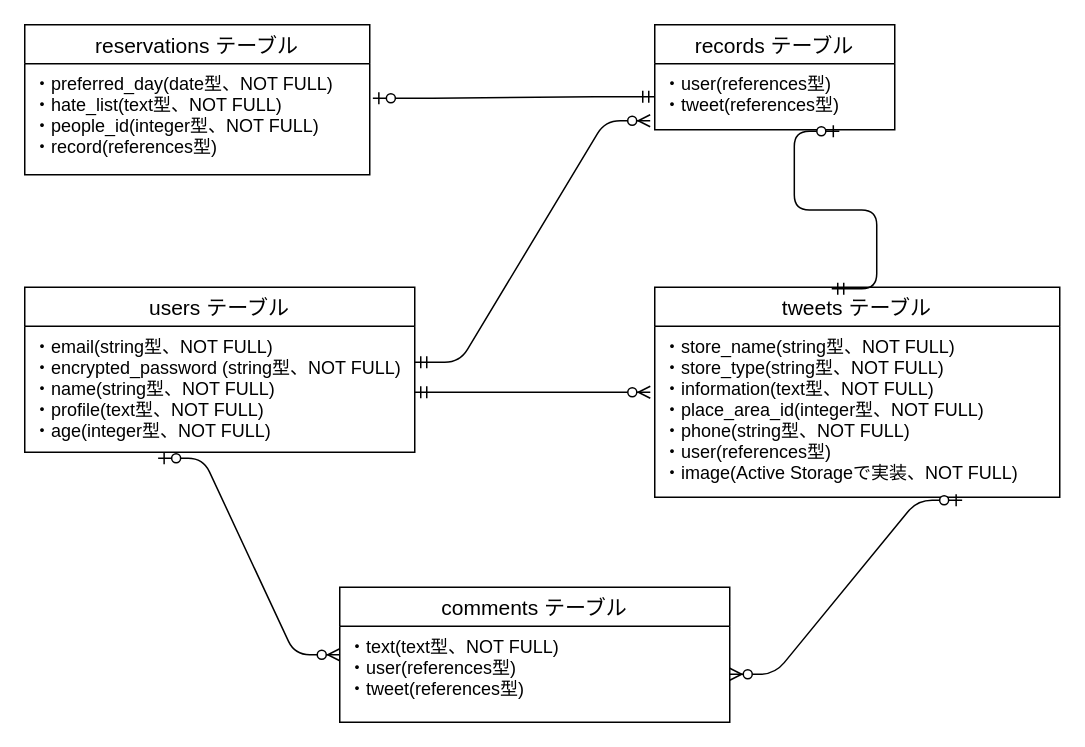
The draw.io diagram omoide.dio in Kazutosi110/omoide-35234, before the edit. Source tidied: cells renumbered, new cells numbered last; positions are measured from the earlier drawing's top-left corner, leaving out a move shared by most shapes. Both pictures are drawn from the tidied source at 150%, with x=0, y=0 at pixel (24, 24).
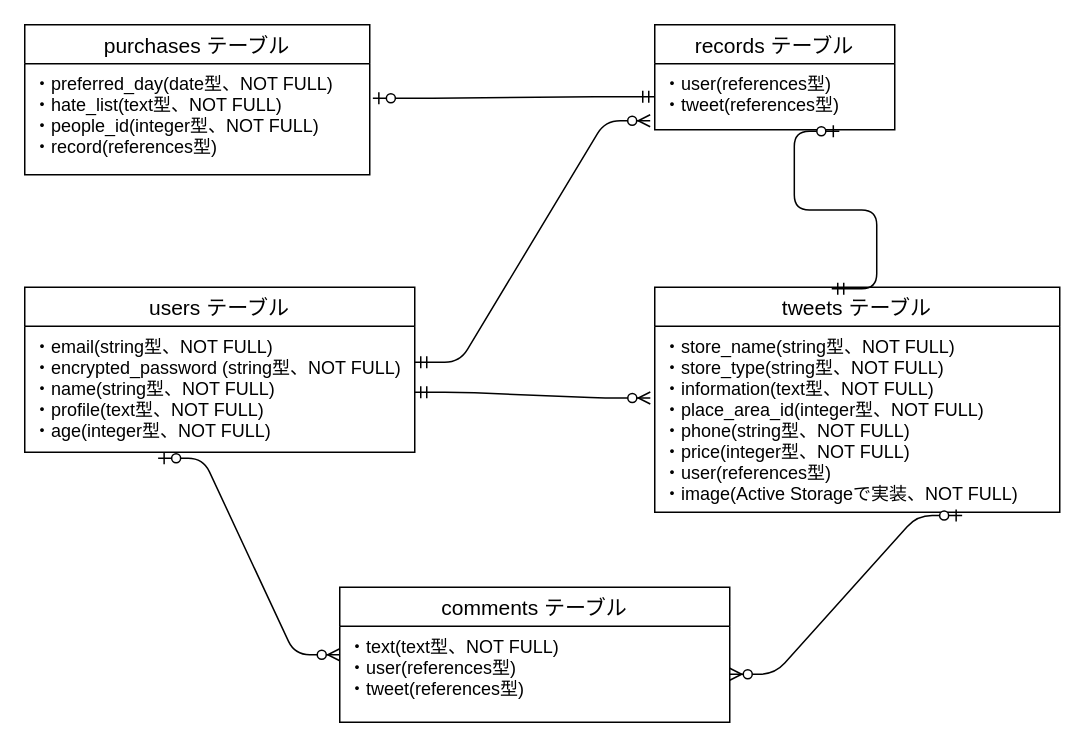
The same diagram, later.

Diff of the diagram source:
```diff
@@
 <mxGraphModel>
   <root>
     <mxCell id="0" />
     <mxCell id="1" parent="0" />
     <mxCell id="2" value="tweets テーブル" style="swimlane;fontStyle=0;horizontal=1;startSize=26;align=center;fontSize=14;" parent="1" vertex="1">
-      <mxGeometry x="420" y="175" width="270" height="140" as="geometry" />
+      <mxGeometry x="420" y="175" width="270" height="150" as="geometry" />
     </mxCell>
-    <mxCell id="3" value="・store_name(string型、NOT FULL)&#10;・store_type(string型、NOT FULL)&#10;・information(text型、NOT FULL)&#10;・place_area_id(integer型、NOT FULL)&#10;・phone(string型、NOT FULL)&#10;・user(references型)&#10;・image(Active Storageで実装、NOT FULL)" style="text;strokeColor=none;fillColor=none;spacingLeft=4;spacingRight=4;overflow=hidden;points=[[0,0.5],[1,0.5]];portConstraint=eastwest;fontSize=12;" parent="2" vertex="1">
-      <mxGeometry y="26" width="270" height="114" as="geometry" />
+    <mxCell id="3" value="・store_name(string型、NOT FULL)&#10;・store_type(string型、NOT FULL)&#10;・information(text型、NOT FULL)&#10;・place_area_id(integer型、NOT FULL)&#10;・phone(string型、NOT FULL)&#10;・price(integer型、NOT FULL)&#10;・user(references型)&#10;・image(Active Storageで実装、NOT FULL)" style="text;strokeColor=none;fillColor=none;spacingLeft=4;spacingRight=4;overflow=hidden;points=[[0,0.5],[1,0.5]];portConstraint=eastwest;fontSize=12;" parent="2" vertex="1">
+      <mxGeometry y="26" width="270" height="124" as="geometry" />
     </mxCell>
     <mxCell id="4" value="users テーブル" style="swimlane;fontStyle=0;horizontal=1;startSize=26;align=center;fontSize=14;" parent="1" vertex="1">
       <mxGeometry y="175" width="260" height="110" as="geometry" />
     </mxCell>
     <mxCell id="5" value="・email(string型、NOT FULL)&#10;・encrypted_password (string型、NOT FULL)&#10;・name(string型、NOT FULL) &#10;・profile(text型、NOT FULL)&#10;・age(integer型、NOT FULL)" style="text;strokeColor=none;fillColor=none;spacingLeft=4;spacingRight=4;overflow=hidden;points=[[0,0.5],[1,0.5]];portConstraint=eastwest;fontSize=12;" parent="4" vertex="1">
       <mxGeometry y="26" width="260" height="84" as="geometry" />
     </mxCell>
-    <mxCell id="6" value="reservations テーブル" style="swimlane;fontStyle=0;horizontal=1;startSize=26;align=center;fontSize=14;" parent="1" vertex="1">
+    <mxCell id="6" value="purchases テーブル" style="swimlane;fontStyle=0;horizontal=1;startSize=26;align=center;fontSize=14;" parent="1" vertex="1">
       <mxGeometry width="230" height="100" as="geometry" />
     </mxCell>
     <mxCell id="7" value="・preferred_day(date型、NOT FULL)&#10;・hate_list(text型、NOT FULL)&#10;・people_id(integer型、NOT FULL)&#10;・record(references型)" style="text;strokeColor=none;fillColor=none;spacingLeft=4;spacingRight=4;overflow=hidden;points=[[0,0.5],[1,0.5]];portConstraint=eastwest;fontSize=12;" parent="6" vertex="1">
       <mxGeometry y="26" width="230" height="74" as="geometry" />
     </mxCell>
     <mxCell id="8" value="records テーブル" style="swimlane;fontStyle=0;horizontal=1;startSize=26;align=center;fontSize=14;" parent="1" vertex="1">
       <mxGeometry x="420" width="160" height="70" as="geometry" />
     </mxCell>
     <mxCell id="9" value="・user(references型)&#10;・tweet(references型)" style="text;strokeColor=none;fillColor=none;spacingLeft=4;spacingRight=4;overflow=hidden;points=[[0,0.5],[1,0.5]];portConstraint=eastwest;fontSize=12;" parent="8" vertex="1">
       <mxGeometry y="26" width="160" height="44" as="geometry" />
     </mxCell>
     <mxCell id="10" value="comments テーブル" style="swimlane;fontStyle=0;horizontal=1;startSize=26;align=center;fontSize=14;" parent="1" vertex="1">
       <mxGeometry x="210" y="375" width="260" height="90" as="geometry" />
     </mxCell>
     <mxCell id="11" value="・text(text型、NOT FULL)&#10;・user(references型)&#10;・tweet(references型)" style="text;strokeColor=none;fillColor=none;spacingLeft=4;spacingRight=4;overflow=hidden;points=[[0,0.5],[1,0.5]];portConstraint=eastwest;fontSize=12;" parent="10" vertex="1">
       <mxGeometry y="26" width="260" height="64" as="geometry" />
     </mxCell>
     <mxCell id="12" style="edgeStyle=entityRelationEdgeStyle;fontSize=12;html=1;endArrow=ERzeroToMany;startArrow=ERzeroToOne;exitX=0.342;exitY=1.048;exitDx=0;exitDy=0;exitPerimeter=0;" parent="1" edge="1" source="5">
       <mxGeometry relative="1" as="geometry">
         <mxPoint x="210" y="420" as="targetPoint" />
       </mxGeometry>
     </mxCell>
     <mxCell id="13" style="edgeStyle=entityRelationEdgeStyle;fontSize=12;html=1;endArrow=ERzeroToMany;startArrow=ERzeroToOne;exitX=0.759;exitY=1.018;exitDx=0;exitDy=0;exitPerimeter=0;" parent="1" edge="1" source="3" target="11">
       <mxGeometry relative="1" as="geometry" />
     </mxCell>
     <mxCell id="14" style="edgeStyle=entityRelationEdgeStyle;fontSize=12;html=1;endArrow=ERzeroToMany;startArrow=ERmandOne;entryX=-0.011;entryY=0.386;entryDx=0;entryDy=0;entryPerimeter=0;" parent="1" edge="1" target="3">
       <mxGeometry relative="1" as="geometry">
         <mxPoint x="260" y="245" as="sourcePoint" />
       </mxGeometry>
     </mxCell>
     <mxCell id="15" style="edgeStyle=entityRelationEdgeStyle;fontSize=12;html=1;endArrow=ERzeroToMany;startArrow=ERmandOne;entryX=-0.019;entryY=0.864;entryDx=0;entryDy=0;entryPerimeter=0;" parent="1" edge="1" target="9">
       <mxGeometry relative="1" as="geometry">
         <mxPoint x="260" y="225" as="sourcePoint" />
       </mxGeometry>
     </mxCell>
     <mxCell id="16" style="edgeStyle=entityRelationEdgeStyle;fontSize=12;html=1;endArrow=ERzeroToOne;startArrow=ERmandOne;entryX=1.009;entryY=0.311;entryDx=0;entryDy=0;entryPerimeter=0;exitX=0;exitY=0.5;exitDx=0;exitDy=0;" parent="1" edge="1" source="9" target="7">
       <mxGeometry relative="1" as="geometry" />
     </mxCell>
     <mxCell id="17" style="edgeStyle=entityRelationEdgeStyle;fontSize=12;html=1;endArrow=ERzeroToOne;startArrow=ERmandOne;exitX=0.437;exitY=0.007;exitDx=0;exitDy=0;exitPerimeter=0;entryX=0.769;entryY=1.023;entryDx=0;entryDy=0;entryPerimeter=0;" parent="1" edge="1" source="2" target="9">
       <mxGeometry relative="1" as="geometry" />
     </mxCell>
   </root>
 </mxGraphModel>
```
